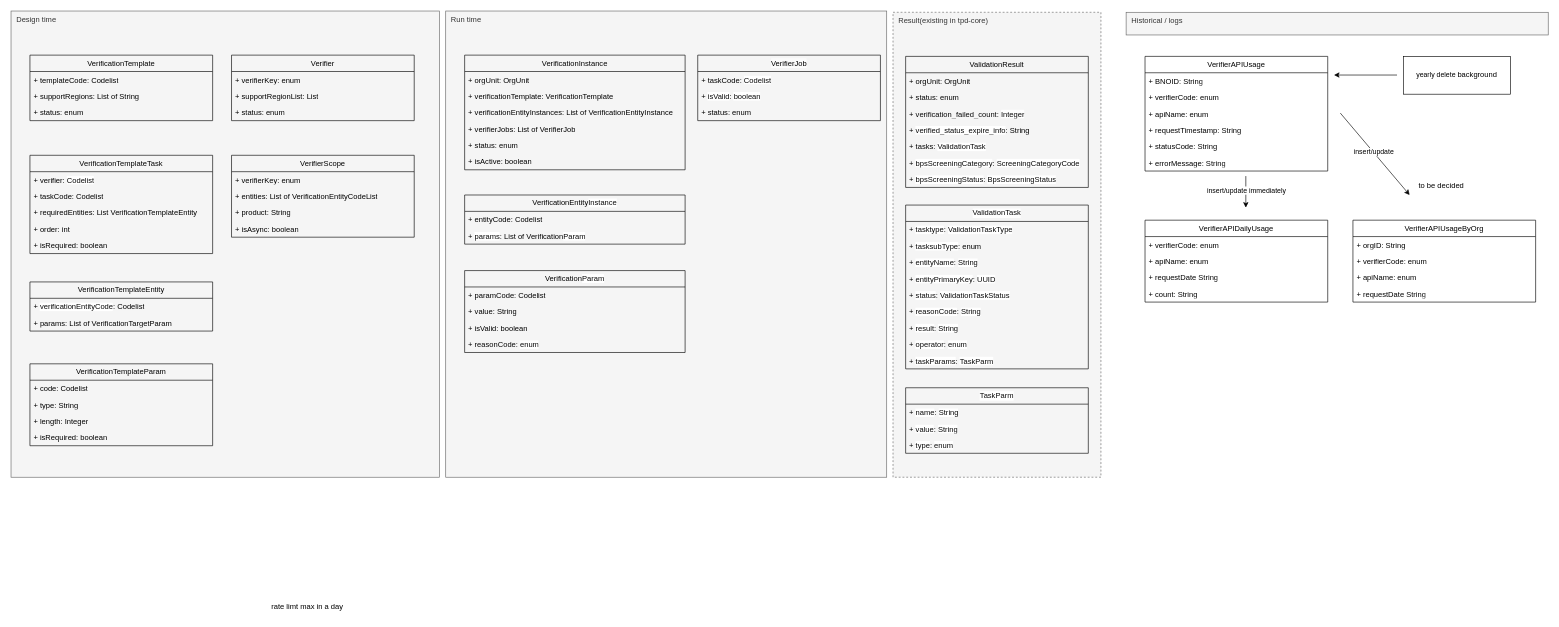
Earlier version of the draw.io diagram page "Modeling" (3 of 9) of verification_framework.drawio (huangshijie/Drawio). Source tidied: cells renumbered, new cells numbered last; positions are measured from the earlier drawing's top-left corner, leaving out a move shared by most shapes. Both pictures are drawn from the tidied source at 63%, with x=0, y=0 at pixel (11, 11).
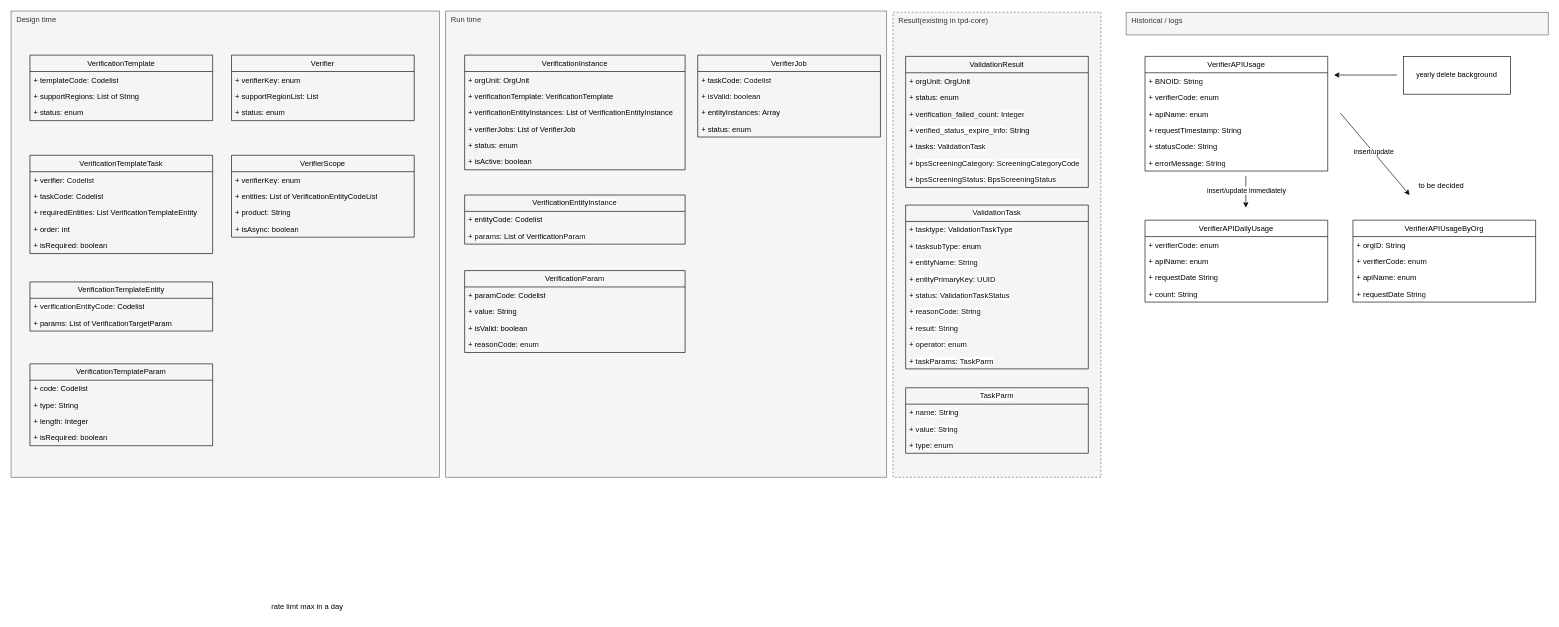
The same diagram, later.

What changed in the source:
```diff
@@
     <mxCell id="13" value="&lt;div style=&quot;background-color: rgb(255, 255, 255); color: rgb(8, 8, 8); font-size: 12px;&quot;&gt;&lt;div style=&quot;font-size: 12px;&quot;&gt;&lt;span style=&quot;color: rgb(0, 0, 0); text-align: left; background-color: rgb(251, 251, 251);&quot;&gt;VerifierJob&lt;/span&gt;&lt;br&gt;&lt;/div&gt;&lt;/div&gt;" style="swimlane;fontStyle=0;horizontal=1;startSize=26;fillColor=none;whiteSpace=wrap;html=1;fontFamily=Helvetica;fontSize=12;" parent="1" vertex="1">
-      <mxGeometry x="1090" y="70" width="290" height="104" as="geometry" />
+      <mxGeometry x="1090" y="70" width="290" height="130" as="geometry" />
     </mxCell>
@@
+    <mxCell id="101" value="+ entityInstances: Array" style="text;strokeColor=none;fillColor=none;align=left;verticalAlign=top;spacingLeft=4;spacingRight=4;overflow=hidden;whiteSpace=wrap;html=1;" parent="13" vertex="1">
+      <mxGeometry y="78" width="290" height="26" as="geometry" />
+    </mxCell>
     <mxCell id="16" value="+ status&lt;span style=&quot;background-color: initial; font-size: 12px;&quot;&gt;: enum&lt;/span&gt;" style="text;strokeColor=none;fillColor=none;align=left;verticalAlign=top;spacingLeft=4;spacingRight=4;overflow=hidden;whiteSpace=wrap;html=1;fontFamily=Helvetica;fontSize=12;" parent="13" vertex="1">
-      <mxGeometry y="78" width="290" height="26" as="geometry" />
+      <mxGeometry y="104" width="290" height="26" as="geometry" />
     </mxCell>
```
